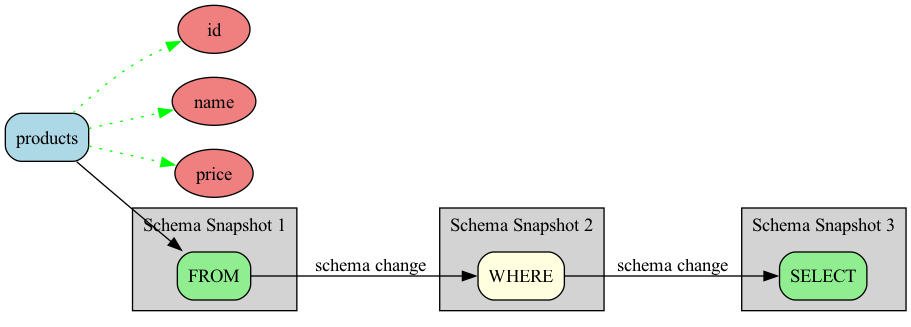
Before: examples/create_schema.png, a diagram exported from Graphviz (rot1024/sqloflow). Its source is kept beside it as examples/create_schema.dot. Source of this version:
```dot
digraph sqloflow {
  rankdir=LR;
  node [shape=box, style=rounded];

  node_0 [label="products", fillcolor=lightblue, style="filled,rounded"];
  node_1 [label="id", fillcolor=lightcoral, style="filled,rounded", shape=ellipse];
  node_2 [label="name", fillcolor=lightcoral, style="filled,rounded", shape=ellipse];
  node_3 [label="price", fillcolor=lightcoral, style="filled,rounded", shape=ellipse];
  subgraph cluster_0 {
    label="Schema Snapshot 1";
    style=filled;
    fillcolor=lightgray;
    node_4 [label="FROM", fillcolor=lightgreen, style="filled,rounded"];
  }
  subgraph cluster_1 {
    label="Schema Snapshot 2";
    style=filled;
    fillcolor=lightgray;
    node_5 [label="WHERE", fillcolor=lightyellow, style="filled,rounded"];
  }
  subgraph cluster_2 {
    label="Schema Snapshot 3";
    style=filled;
    fillcolor=lightgray;
    node_6 [label="SELECT", fillcolor=lightgreen, style="filled,rounded"];
  }

  node_0 -> node_1 [color=green, style=dotted];
  node_0 -> node_2 [color=green, style=dotted];
  node_0 -> node_3 [color=green, style=dotted];
  node_0 -> node_4 [color=black];
  node_4 -> node_5 [color=black, label="schema change"];
  node_5 -> node_6 [color=black, label="schema change"];
}
```
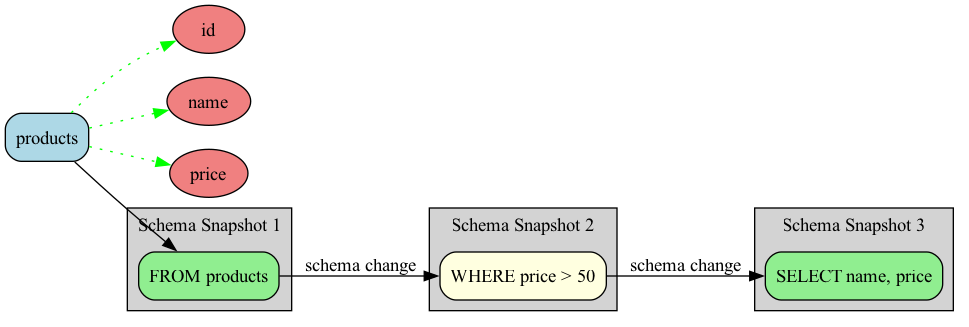
After the commit.

Change to the diagram source:
```diff
@@ -10,19 +10,19 @@
     label="Schema Snapshot 1";
     style=filled;
     fillcolor=lightgray;
-    node_4 [label="FROM", fillcolor=lightgreen, style="filled,rounded"];
+    node_4 [label="FROM products", fillcolor=lightgreen, style="filled,rounded"];
   }
   subgraph cluster_1 {
     label="Schema Snapshot 2";
     style=filled;
     fillcolor=lightgray;
-    node_5 [label="WHERE", fillcolor=lightyellow, style="filled,rounded"];
+    node_5 [label="WHERE price > 50", fillcolor=lightyellow, style="filled,rounded"];
   }
   subgraph cluster_2 {
     label="Schema Snapshot 3";
     style=filled;
     fillcolor=lightgray;
-    node_6 [label="SELECT", fillcolor=lightgreen, style="filled,rounded"];
+    node_6 [label="SELECT name, price", fillcolor=lightgreen, style="filled,rounded"];
   }
 
   node_0 -> node_1 [color=green, style=dotted];
```
